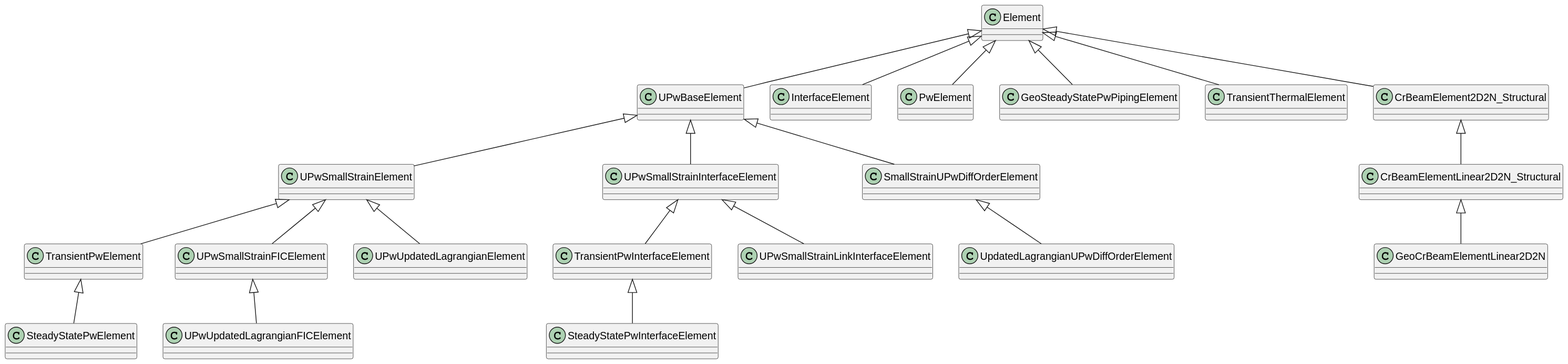
This is applications/GeoMechanicsApplication/custom_elements/element_hierarchy.svg from KratosMultiphysics/Kratos, a PlantUML export, as it was before one commit.
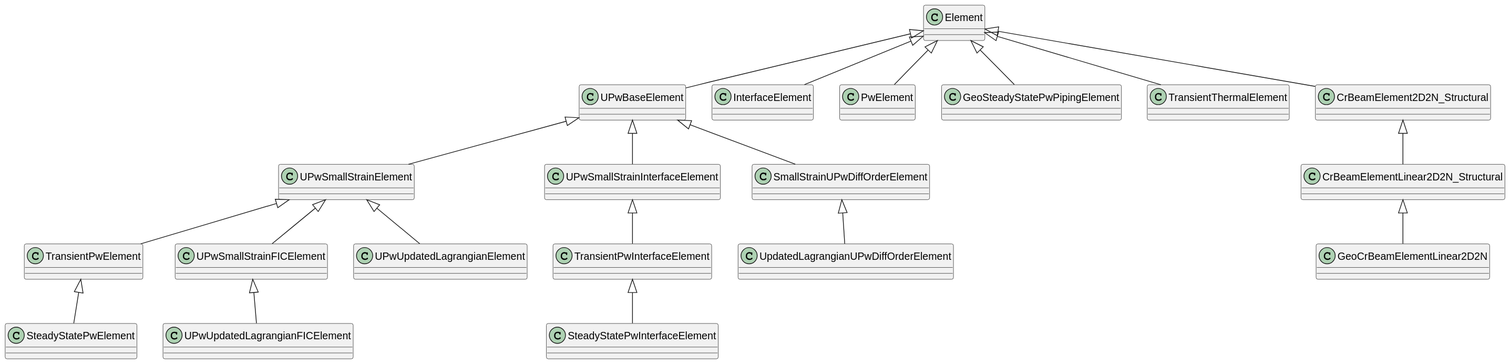
After the commit.

What changed in the source:
```diff
@@ -14,7 +14,6 @@
 class UPwSmallStrainInterfaceElement
 class TransientPwInterfaceElement
 class SteadyStatePwInterfaceElement
-class UPwSmallStrainLinkInterfaceElement
 
 Element <|-- UPwBaseElement
 UPwBaseElement <|-- UPwSmallStrainElement
@@ -34,7 +33,6 @@
 UPwBaseElement <|-- UPwSmallStrainInterfaceElement
 UPwSmallStrainInterfaceElement <|-- TransientPwInterfaceElement
 TransientPwInterfaceElement <|-- SteadyStatePwInterfaceElement
-UPwSmallStrainInterfaceElement <|-- UPwSmallStrainLinkInterfaceElement
 
 class InterfaceElement
 Element <|-- InterfaceElement
```
